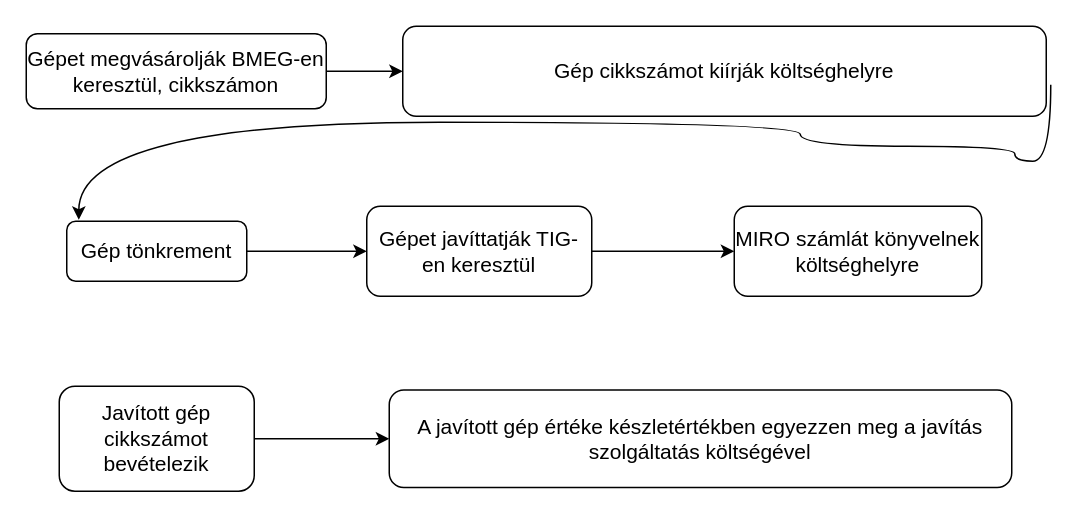
xcom169/VBA_examples keeps this draw.io diagram as Javítás.drawio. Above is the earlier version. Source tidied: cells renumbered, new cells numbered last; positions are measured from the earlier drawing's top-left corner, leaving out a move shared by most shapes. Both pictures are drawn from the tidied source at 150%, with x=0, y=0 at pixel (26, 26).
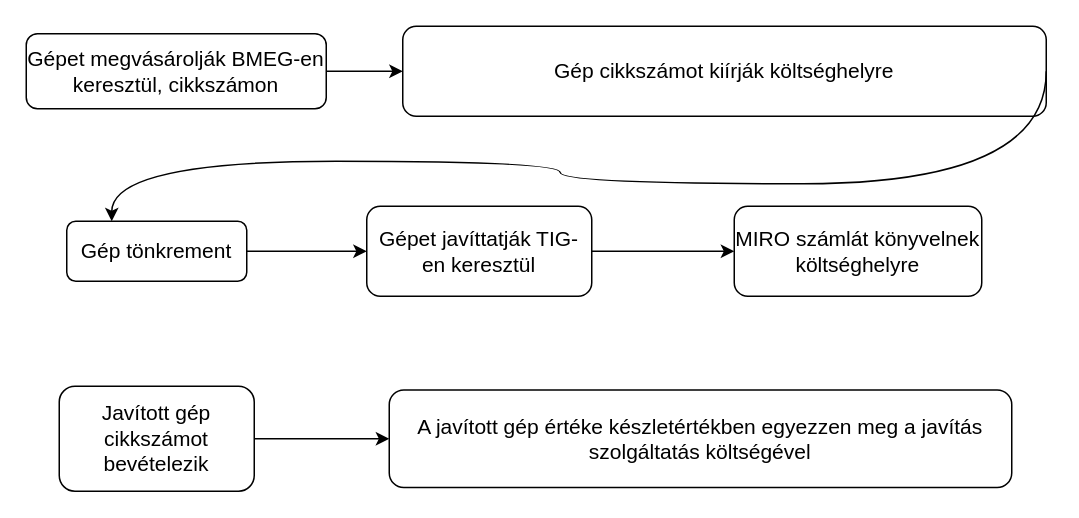
After the change.

Change to the diagram source:
```diff
@@
 <mxGraphModel>
   <root>
     <mxCell id="0" />
     <mxCell id="1" parent="0" />
     <mxCell id="2" style="edgeStyle=orthogonalEdgeStyle;rounded=0;jettySize=auto;html=1;fontSize=14;" parent="1" edge="1" source="3" target="5">
       <mxGeometry relative="1" as="geometry" />
     </mxCell>
     <mxCell id="3" value="Gép tönkrement" style="rounded=1;whiteSpace=wrap;html=1;fontSize=14;glass=0;strokeWidth=1;shadow=0;" parent="1" vertex="1">
       <mxGeometry x="27" y="130" width="120" height="40" as="geometry" />
     </mxCell>
     <mxCell id="4" style="edgeStyle=orthogonalEdgeStyle;rounded=0;jettySize=auto;html=1;fontSize=14;" parent="1" edge="1" source="5" target="6">
       <mxGeometry relative="1" as="geometry" />
     </mxCell>
     <mxCell id="5" value="Gépet javíttatják TIG-en keresztül" style="whiteSpace=wrap;html=1;rounded=1;glass=0;strokeWidth=1;shadow=0;fontSize=14;" parent="1" vertex="1">
       <mxGeometry x="227" y="120" width="150" height="60" as="geometry" />
     </mxCell>
     <mxCell id="6" value="MIRO számlát könyvelnek költséghelyre" style="whiteSpace=wrap;html=1;rounded=1;glass=0;strokeWidth=1;shadow=0;fontSize=14;" parent="1" vertex="1">
       <mxGeometry x="472" y="120" width="165" height="60" as="geometry" />
     </mxCell>
     <mxCell id="7" style="edgeStyle=orthogonalEdgeStyle;rounded=0;jettySize=auto;html=1;" parent="1" edge="1" source="8" target="9">
       <mxGeometry relative="1" as="geometry" />
     </mxCell>
     <mxCell id="8" value="Javított gép cikkszámot bevételezik" style="rounded=1;whiteSpace=wrap;html=1;fontSize=14;glass=0;strokeWidth=1;shadow=0;" parent="1" vertex="1">
       <mxGeometry x="22" y="240" width="130" height="70" as="geometry" />
     </mxCell>
     <mxCell id="9" value="A javított gép értéke készletértékben egyezzen meg a javítás szolgáltatás költségével" style="whiteSpace=wrap;html=1;fontSize=14;rounded=1;glass=0;strokeWidth=1;shadow=0;" parent="1" vertex="1">
       <mxGeometry x="242" y="242.5" width="415" height="65" as="geometry" />
     </mxCell>
     <mxCell id="10" style="edgeStyle=orthogonalEdgeStyle;rounded=0;jettySize=auto;html=1;fontSize=14;" parent="1" edge="1" source="11" target="12">
       <mxGeometry relative="1" as="geometry" />
     </mxCell>
     <mxCell id="11" value="Gépet megvásárolják BMEG-en keresztül, cikkszámon" style="rounded=1;whiteSpace=wrap;html=1;fontSize=14;glass=0;strokeWidth=1;shadow=0;" parent="1" vertex="1">
       <mxGeometry y="5" width="200" height="50" as="geometry" />
     </mxCell>
     <mxCell id="12" value="Gép cikkszámot kiírják költséghelyre" style="whiteSpace=wrap;html=1;rounded=1;glass=0;strokeWidth=1;shadow=0;fontSize=14;" parent="1" vertex="1">
       <mxGeometry x="251" width="429" height="60" as="geometry" />
     </mxCell>
-    <mxCell id="13" style="curved=1;endArrow=classic;html=1;rounded=0;edgeStyle=orthogonalEdgeStyle;entryX=0.067;entryY=-0.025;entryDx=0;entryDy=0;entryPerimeter=0;exitX=1.007;exitY=0.65;exitDx=0;exitDy=0;exitPerimeter=0;" parent="1" edge="1" source="12" target="3">
+    <mxCell id="13" style="curved=1;endArrow=classic;html=1;rounded=0;edgeStyle=orthogonalEdgeStyle;exitX=1;exitY=0.5;exitDx=0;exitDy=0;entryX=0.25;entryY=0;entryDx=0;entryDy=0;" parent="1" edge="1" source="12" target="3">
       <mxGeometry relative="1" as="geometry">
         <Array as="points">
-          <mxPoint x="683" y="90" />
-          <mxPoint x="659" y="90" />
-          <mxPoint x="659" y="80" />
-          <mxPoint x="516" y="80" />
-          <mxPoint x="516" y="64" />
-          <mxPoint x="35" y="64" />
+          <mxPoint x="680" y="105" />
+          <mxPoint x="356" y="105" />
+          <mxPoint x="356" y="90" />
+          <mxPoint x="57" y="90" />
         </Array>
       </mxGeometry>
     </mxCell>
   </root>
 </mxGraphModel>
```
